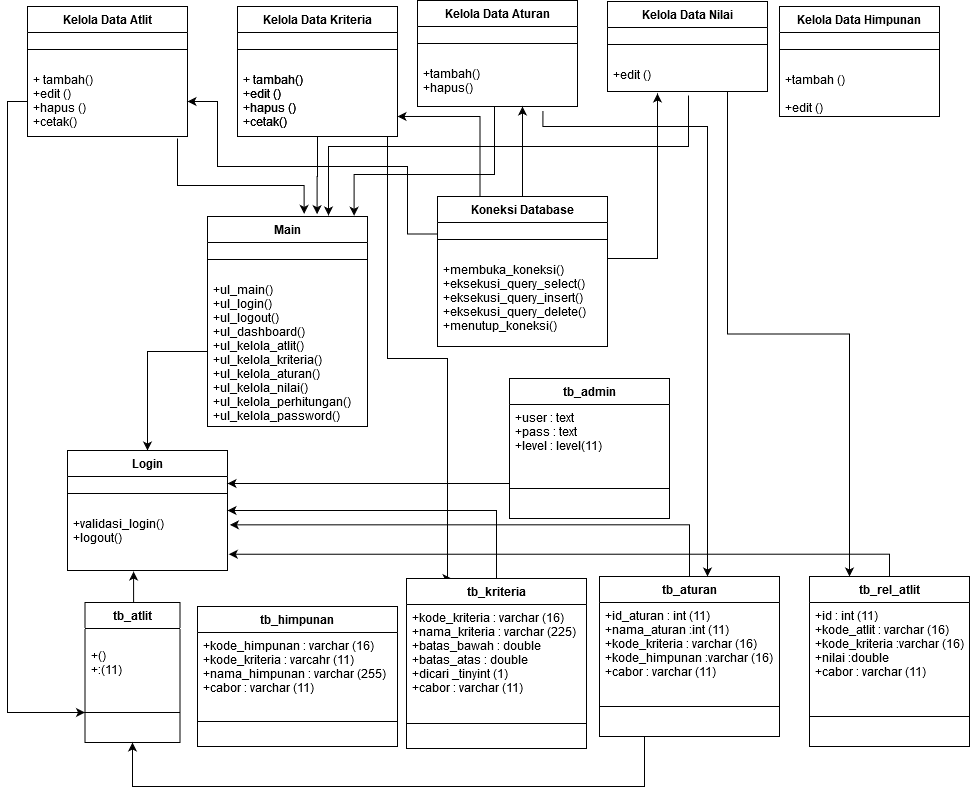
Before: Untitled Diagram.png, a diagram exported from draw.io (NuriCandrawati/nuri-resolusi). Source tidied: cells renumbered, new cells last; positions are measured from the earlier drawing's top-left corner, leaving out a move shared by most shapes.
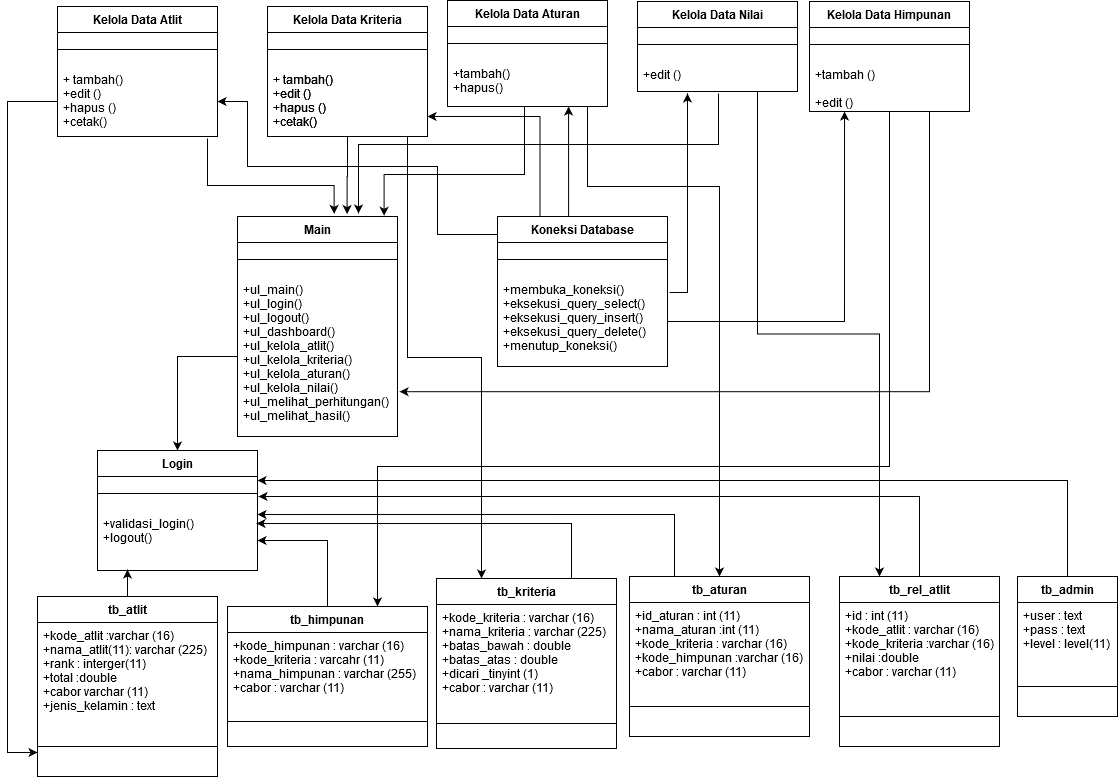
After the change.

Change to the diagram source:
```diff
@@ -17,9 +17,9 @@
     <mxCell id="6" style="edgeStyle=orthogonalEdgeStyle;rounded=0;jettySize=auto;html=1;exitX=0.75;exitY=1;exitDx=0;exitDy=0;entryX=0.25;entryY=0;entryDx=0;entryDy=0;" parent="1" edge="1" source="7" target="43">
       <mxGeometry relative="1" as="geometry">
         <Array as="points">
-          <mxPoint x="360" y="136" />
-          <mxPoint x="360" y="358" />
-          <mxPoint x="420" y="358" />
+          <mxPoint x="350" y="136" />
+          <mxPoint x="350" y="357" />
+          <mxPoint x="424" y="357" />
         </Array>
       </mxGeometry>
     </mxCell>
@@ -34,11 +34,11 @@
     </mxCell>
     <mxCell id="10" style="edgeStyle=orthogonalEdgeStyle;rounded=0;orthogonalLoop=1;jettySize=auto;html=1;exitX=0.5;exitY=1;exitDx=0;exitDy=0;entryX=0.75;entryY=0;entryDx=0;entryDy=0;" parent="1" edge="1">
       <mxGeometry relative="1" as="geometry">
-        <mxPoint x="661" y="95" as="sourcePoint" />
-        <mxPoint x="301" y="215" as="targetPoint" />
+        <mxPoint x="661" y="93" as="sourcePoint" />
+        <mxPoint x="301" y="213" as="targetPoint" />
         <Array as="points">
-          <mxPoint x="661" y="146" />
-          <mxPoint x="301" y="146" />
+          <mxPoint x="661" y="144" />
+          <mxPoint x="301" y="144" />
         </Array>
       </mxGeometry>
     </mxCell>
@@ -74,39 +74,38 @@
       </mxGeometry>
     </mxCell>
     <mxCell id="17" value="Main" style="swimlane;fontStyle=1;align=center;verticalAlign=top;horizontal=1;startSize=26;" parent="1" vertex="1">
-      <mxGeometry x="180" y="216" width="160" height="210" as="geometry" />
+      <mxGeometry x="180" y="216" width="160" height="220" as="geometry" />
     </mxCell>
     <mxCell id="18" style="line;strokeWidth=1;fillColor=none;align=left;verticalAlign=middle;spacingTop=-1;spacingLeft=3;spacingRight=3;labelPosition=right;" parent="17" vertex="1">
       <mxGeometry y="26" width="160" height="34" as="geometry" />
     </mxCell>
-    <mxCell id="19" value="+ul_main()&#10;+ul_login()&#10;+ul_logout()&#10;+ul_dashboard()&#10;+ul_kelola_atlit()&#10;+ul_kelola_kriteria()&#10;+ul_kelola_aturan()&#10;+ul_kelola_nilai()&#10;+ul_kelola_perhitungan()&#10;+ul_kelola_password()&#10;" style="text;strokeColor=none;fillColor=none;align=left;verticalAlign=top;spacingLeft=4;spacingRight=4;overflow=hidden;points=[[0,0.5],[1,0.5]];portConstraint=eastwest;" parent="17" vertex="1">
-      <mxGeometry y="60" width="160" height="150" as="geometry" />
+    <mxCell id="19" value="+ul_main()&#10;+ul_login()&#10;+ul_logout()&#10;+ul_dashboard()&#10;+ul_kelola_atlit()&#10;+ul_kelola_kriteria()&#10;+ul_kelola_aturan()&#10;+ul_kelola_nilai()&#10;+ul_melihat_perhitungan()&#10;+ul_melihat_hasil()&#10;" style="text;strokeColor=none;fillColor=none;align=left;verticalAlign=top;spacingLeft=4;spacingRight=4;overflow=hidden;points=[[0,0.5],[1,0.5]];portConstraint=eastwest;" parent="17" vertex="1">
+      <mxGeometry y="60" width="160" height="160" as="geometry" />
     </mxCell>
     <mxCell id="20" style="edgeStyle=orthogonalEdgeStyle;rounded=0;jettySize=auto;html=1;exitX=0;exitY=0.5;exitDx=0;exitDy=0;entryX=0.5;entryY=0;entryDx=0;entryDy=0;" parent="1" edge="1" source="19" target="50">
       <mxGeometry relative="1" as="geometry" />
     </mxCell>
     <mxCell id="21" style="edgeStyle=orthogonalEdgeStyle;rounded=0;jettySize=auto;html=1;exitX=0;exitY=0.5;exitDx=0;exitDy=0;" parent="1" edge="1" source="65" target="59">
-      <mxGeometry relative="1" as="geometry" />
+      <mxGeometry relative="1" as="geometry">
+        <Array as="points">
+          <mxPoint x="-50" y="101" />
+          <mxPoint x="-50" y="752" />
+        </Array>
+      </mxGeometry>
     </mxCell>
-    <mxCell id="22" style="edgeStyle=orthogonalEdgeStyle;rounded=0;jettySize=auto;html=1;exitX=0.784;exitY=1.09;exitDx=0;exitDy=0;exitPerimeter=0;" parent="1" edge="1" source="62" target="35">
+    <mxCell id="22" style="edgeStyle=orthogonalEdgeStyle;rounded=0;jettySize=auto;html=1;" parent="1" edge="1" source="62" target="35">
       <mxGeometry relative="1" as="geometry">
         <Array as="points">
-          <mxPoint x="515" y="126" />
-          <mxPoint x="680" y="126" />
+          <mxPoint x="530" y="186" />
+          <mxPoint x="662" y="186" />
         </Array>
       </mxGeometry>
     </mxCell>
-    <mxCell id="23" style="edgeStyle=orthogonalEdgeStyle;rounded=0;orthogonalLoop=1;jettySize=auto;html=1;exitX=1;exitY=0.5;exitDx=0;exitDy=0;" parent="1" edge="1">
+    <mxCell id="23" style="edgeStyle=orthogonalEdgeStyle;rounded=0;jettySize=auto;html=1;exitX=1.012;exitY=0.178;exitDx=0;exitDy=0;exitPerimeter=0;" parent="1" edge="1" source="29">
       <mxGeometry relative="1" as="geometry">
-        <mxPoint x="580" y="258" as="sourcePoint" />
         <mxPoint x="630" y="93" as="targetPoint" />
       </mxGeometry>
     </mxCell>
-    <mxCell id="24" style="edgeStyle=orthogonalEdgeStyle;rounded=0;jettySize=auto;html=1;exitX=0.5;exitY=0;exitDx=0;exitDy=0;" parent="1" edge="1" source="27">
-      <mxGeometry relative="1" as="geometry">
-        <mxPoint x="495" y="106" as="targetPoint" />
-      </mxGeometry>
-    </mxCell>
     <mxCell id="25" style="edgeStyle=orthogonalEdgeStyle;rounded=0;jettySize=auto;html=1;exitX=0.25;exitY=0;exitDx=0;exitDy=0;entryX=1;entryY=0.714;entryDx=0;entryDy=0;entryPerimeter=0;" parent="1" edge="1" source="27" target="9">
       <mxGeometry relative="1" as="geometry" />
     </mxCell>
@@ -120,28 +119,22 @@
         </Array>
       </mxGeometry>
     </mxCell>
-    <mxCell id="27" value="Koneksi Database" style="swimlane;fontStyle=1;align=center;verticalAlign=top;horizontal=1;startSize=26;" parent="1" vertex="1">
-      <mxGeometry x="410" y="196" width="170" height="150" as="geometry" />
-    </mxCell>
-    <mxCell id="28" style="line;strokeWidth=1;fillColor=none;align=left;verticalAlign=middle;spacingTop=-1;spacingLeft=3;spacingRight=3;labelPosition=right;" parent="27" vertex="1">
-      <mxGeometry y="26" width="170" height="34" as="geometry" />
-    </mxCell>
-    <mxCell id="29" value="+membuka_koneksi()&#10;+eksekusi_query_select()&#10;+eksekusi_query_insert()&#10;+eksekusi_query_delete()&#10;+menutup_koneksi()&#10;" style="text;strokeColor=none;fillColor=none;align=left;verticalAlign=top;spacingLeft=4;spacingRight=4;overflow=hidden;points=[[0,0.5],[1,0.5]];portConstraint=eastwest;" parent="27" vertex="1">
-      <mxGeometry y="60" width="170" height="90" as="geometry" />
-    </mxCell>
-    <mxCell id="30" style="edgeStyle=orthogonalEdgeStyle;rounded=0;jettySize=auto;html=1;exitX=0.5;exitY=0;exitDx=0;exitDy=0;entryX=1.015;entryY=0.239;entryDx=0;entryDy=0;entryPerimeter=0;" parent="1" edge="1" source="35" target="52">
+    <mxCell id="30" style="edgeStyle=orthogonalEdgeStyle;rounded=0;jettySize=auto;html=1;exitX=0.25;exitY=0;exitDx=0;exitDy=0;entryX=1;entryY=0.067;entryDx=0;entryDy=0;entryPerimeter=0;" parent="1" edge="1" source="35" target="52">
       <mxGeometry relative="1" as="geometry" />
     </mxCell>
-    <mxCell id="31" style="edgeStyle=orthogonalEdgeStyle;rounded=0;jettySize=auto;html=1;exitX=0.25;exitY=1;exitDx=0;exitDy=0;entryX=0.5;entryY=1;entryDx=0;entryDy=0;" parent="1" edge="1" source="35" target="57">
-      <mxGeometry relative="1" as="geometry">
-        <Array as="points">
-          <mxPoint x="617" y="786" />
-          <mxPoint x="105" y="786" />
-        </Array>
-      </mxGeometry>
-    </mxCell>
+    <mxCell id="66" style="edgeStyle=orthogonalEdgeStyle;rounded=0;jettySize=auto;html=1;exitX=0.5;exitY=1;exitDx=0;exitDy=0;entryX=0.75;entryY=0;entryDx=0;entryDy=0;" parent="1" edge="1" source="32" target="53">
+      <mxGeometry relative="1" as="geometry">
+        <Array as="points">
+          <mxPoint x="832" y="466" />
+          <mxPoint x="320" y="466" />
+        </Array>
+      </mxGeometry>
+    </mxCell>
+    <mxCell id="67" style="edgeStyle=orthogonalEdgeStyle;rounded=0;jettySize=auto;html=1;exitX=0.75;exitY=1;exitDx=0;exitDy=0;entryX=1.013;entryY=0.72;entryDx=0;entryDy=0;entryPerimeter=0;" parent="1" edge="1" source="32" target="19">
+      <mxGeometry relative="1" as="geometry" />
+    </mxCell>
     <mxCell id="32" value="Kelola Data Himpunan" style="swimlane;fontStyle=1;align=center;verticalAlign=top;horizontal=1;startSize=26;" parent="1" vertex="1">
-      <mxGeometry x="752" y="6" width="160" height="110" as="geometry" />
+      <mxGeometry x="752" y="1" width="160" height="110" as="geometry" />
     </mxCell>
     <mxCell id="33" style="line;strokeWidth=1;fillColor=none;align=left;verticalAlign=middle;spacingTop=-1;spacingLeft=3;spacingRight=3;labelPosition=right;" parent="32" vertex="1">
       <mxGeometry y="26" width="160" height="34" as="geometry" />
@@ -158,8 +151,14 @@
     <mxCell id="37" style="line;strokeWidth=1;fillColor=none;align=left;verticalAlign=middle;spacingTop=-1;spacingLeft=3;spacingRight=3;labelPosition=right;" parent="35" vertex="1">
       <mxGeometry y="100" width="180" height="60" as="geometry" />
     </mxCell>
-    <mxCell id="38" style="edgeStyle=orthogonalEdgeStyle;rounded=0;jettySize=auto;html=1;exitX=0.5;exitY=0;exitDx=0;exitDy=0;entryX=1.008;entryY=0.729;entryDx=0;entryDy=0;entryPerimeter=0;" parent="1" edge="1" source="39" target="52">
-      <mxGeometry relative="1" as="geometry" />
+    <mxCell id="38" style="edgeStyle=orthogonalEdgeStyle;rounded=0;jettySize=auto;html=1;exitX=0.5;exitY=0;exitDx=0;exitDy=0;" parent="1" edge="1" source="39">
+      <mxGeometry relative="1" as="geometry">
+        <mxPoint x="201" y="496" as="targetPoint" />
+        <Array as="points">
+          <mxPoint x="862" y="496" />
+          <mxPoint x="201" y="496" />
+        </Array>
+      </mxGeometry>
     </mxCell>
     <mxCell id="39" value="tb_rel_atlit" style="swimlane;fontStyle=1;align=center;verticalAlign=top;horizontal=1;startSize=26;" parent="1" vertex="1">
       <mxGeometry x="782" y="576" width="160" height="170" as="geometry" />
@@ -170,9 +169,9 @@
     <mxCell id="41" style="line;strokeWidth=1;fillColor=none;align=left;verticalAlign=middle;spacingTop=-1;spacingLeft=3;spacingRight=3;labelPosition=right;" parent="39" vertex="1">
       <mxGeometry y="110" width="160" height="60" as="geometry" />
     </mxCell>
-    <mxCell id="42" style="edgeStyle=orthogonalEdgeStyle;rounded=0;jettySize=auto;html=1;exitX=0.5;exitY=0;exitDx=0;exitDy=0;entryX=1;entryY=0.5;entryDx=0;entryDy=0;" parent="1" edge="1" source="43" target="50">
-      <mxGeometry relative="1" as="geometry" />
-    </mxCell>
+    <mxCell id="68" style="edgeStyle=orthogonalEdgeStyle;rounded=0;jettySize=auto;html=1;exitX=0.75;exitY=0;exitDx=0;exitDy=0;entryX=0.994;entryY=0.217;entryDx=0;entryDy=0;entryPerimeter=0;" parent="1" edge="1" source="43" target="52">
+      <mxGeometry relative="1" as="geometry" />
+    </mxCell>
     <mxCell id="43" value="tb_kriteria" style="swimlane;fontStyle=1;align=center;verticalAlign=top;horizontal=1;startSize=26;" parent="1" vertex="1">
       <mxGeometry x="379" y="578" width="180" height="170" as="geometry" />
     </mxCell>
@@ -182,23 +181,6 @@
     <mxCell id="45" style="line;strokeWidth=1;fillColor=none;align=left;verticalAlign=middle;spacingTop=-1;spacingLeft=3;spacingRight=3;labelPosition=right;" parent="43" vertex="1">
       <mxGeometry y="120" width="180" height="50" as="geometry" />
     </mxCell>
-    <mxCell id="46" style="edgeStyle=orthogonalEdgeStyle;rounded=0;jettySize=auto;html=1;exitX=0;exitY=0.75;exitDx=0;exitDy=0;" parent="1" edge="1" source="47" target="51">
-      <mxGeometry relative="1" as="geometry">
-        <Array as="points">
-          <mxPoint x="330" y="483" />
-          <mxPoint x="330" y="483" />
-        </Array>
-      </mxGeometry>
-    </mxCell>
-    <mxCell id="47" value="tb_admin" style="swimlane;fontStyle=1;align=center;verticalAlign=top;horizontal=1;startSize=26;" parent="1" vertex="1">
-      <mxGeometry x="482" y="378" width="160" height="140" as="geometry" />
-    </mxCell>
-    <mxCell id="48" value="+user : text&#10;+pass : text&#10;+level : level(11)&#10;" style="text;strokeColor=none;fillColor=none;align=left;verticalAlign=top;spacingLeft=4;spacingRight=4;overflow=hidden;" parent="47" vertex="1">
-      <mxGeometry y="26" width="160" height="54" as="geometry" />
-    </mxCell>
-    <mxCell id="49" style="line;strokeWidth=1;fillColor=none;align=left;verticalAlign=middle;spacingTop=-1;spacingLeft=3;spacingRight=3;labelPosition=right;" parent="47" vertex="1">
-      <mxGeometry y="80" width="160" height="60" as="geometry" />
-    </mxCell>
     <mxCell id="50" value="Login" style="swimlane;fontStyle=1;align=center;verticalAlign=top;horizontal=1;startSize=26;" parent="1" vertex="1">
       <mxGeometry x="40" y="450" width="160" height="120" as="geometry" />
     </mxCell>
@@ -208,6 +190,9 @@
     <mxCell id="52" value="+validasi_login()&#10;+logout()&#10;" style="text;strokeColor=none;fillColor=none;align=left;verticalAlign=top;spacingLeft=4;spacingRight=4;overflow=hidden;points=[[0,0.5],[1,0.5]];portConstraint=eastwest;" parent="50" vertex="1">
       <mxGeometry y="60" width="160" height="60" as="geometry" />
     </mxCell>
+    <mxCell id="69" style="edgeStyle=orthogonalEdgeStyle;rounded=0;jettySize=auto;html=1;exitX=0.5;exitY=0;exitDx=0;exitDy=0;entryX=1;entryY=0.5;entryDx=0;entryDy=0;" parent="1" edge="1" source="53" target="52">
+      <mxGeometry relative="1" as="geometry" />
+    </mxCell>
     <mxCell id="53" value="tb_himpunan" style="swimlane;fontStyle=1;align=center;verticalAlign=top;horizontal=1;startSize=26;" parent="1" vertex="1">
       <mxGeometry x="170" y="606" width="200" height="140" as="geometry" />
     </mxCell>
@@ -217,17 +202,20 @@
     <mxCell id="55" style="line;strokeWidth=1;fillColor=none;align=left;verticalAlign=middle;spacingTop=-1;spacingLeft=3;spacingRight=3;labelPosition=right;" parent="53" vertex="1">
       <mxGeometry y="90" width="200" height="50" as="geometry" />
     </mxCell>
-    <mxCell id="56" style="edgeStyle=orthogonalEdgeStyle;rounded=0;jettySize=auto;html=1;exitX=0.5;exitY=0;exitDx=0;exitDy=0;entryX=0.413;entryY=1.017;entryDx=0;entryDy=0;entryPerimeter=0;" parent="1" edge="1" source="57" target="52">
-      <mxGeometry relative="1" as="geometry" />
-    </mxCell>
+    <mxCell id="70" style="edgeStyle=orthogonalEdgeStyle;rounded=0;orthogonalLoop=1;jettySize=auto;html=1;exitX=0.5;exitY=0;exitDx=0;exitDy=0;" parent="1" edge="1">
+      <mxGeometry relative="1" as="geometry">
+        <mxPoint x="70" y="599" as="sourcePoint" />
+        <mxPoint x="70" y="569" as="targetPoint" />
+      </mxGeometry>
+    </mxCell>
     <mxCell id="57" value="tb_atlit" style="swimlane;fontStyle=1;align=center;verticalAlign=top;horizontal=1;startSize=26;" parent="1" vertex="1">
-      <mxGeometry x="57.5" y="602" width="95" height="140" as="geometry" />
+      <mxGeometry x="-20" y="596" width="180" height="180" as="geometry" />
     </mxCell>
-    <mxCell id="58" value="&#10;+()&#10;+:(11)&#10;&#10;&#10;" style="text;strokeColor=none;fillColor=none;align=left;verticalAlign=top;spacingLeft=4;spacingRight=4;overflow=hidden;" parent="57" vertex="1">
-      <mxGeometry y="26" width="95" height="54" as="geometry" />
+    <mxCell id="58" value="+kode_atlit :varchar (16)&#10;+nama_atlit(11): varchar (225)&#10;+rank : interger(11)&#10;+total :double &#10;+cabor varchar (11)&#10;+jenis_kelamin : text&#10;&#10;&#10;&#10;" style="text;strokeColor=none;fillColor=none;align=left;verticalAlign=top;spacingLeft=4;spacingRight=4;overflow=hidden;" parent="57" vertex="1">
+      <mxGeometry y="26" width="180" height="94" as="geometry" />
     </mxCell>
     <mxCell id="59" style="line;strokeWidth=1;fillColor=none;align=left;verticalAlign=middle;spacingTop=-1;spacingLeft=3;spacingRight=3;labelPosition=right;points=[];portConstraint=eastwest;" parent="57" vertex="1">
-      <mxGeometry y="80" width="95" height="60" as="geometry" />
+      <mxGeometry y="120" width="180" height="60" as="geometry" />
     </mxCell>
     <mxCell id="60" value="Kelola Data Aturan" style="swimlane;fontStyle=1;align=center;verticalAlign=top;horizontal=1;startSize=26;" parent="1" vertex="1">
       <mxGeometry x="390" width="160" height="106" as="geometry" />
@@ -247,5 +235,38 @@
     <mxCell id="65" value="+ tambah()&#10;+edit ()&#10;+hapus ()&#10;+cetak()&#10;&#10; " style="text;strokeColor=none;fillColor=none;align=left;verticalAlign=top;spacingLeft=4;spacingRight=4;overflow=hidden;points=[[0,0.5],[1,0.5]];portConstraint=eastwest;" parent="63" vertex="1">
       <mxGeometry y="60" width="160" height="70" as="geometry" />
     </mxCell>
+    <mxCell id="71" style="edgeStyle=orthogonalEdgeStyle;rounded=0;jettySize=auto;html=1;exitX=0.5;exitY=0;exitDx=0;exitDy=0;entryX=1;entryY=0.25;entryDx=0;entryDy=0;" parent="1" edge="1" source="47" target="50">
+      <mxGeometry relative="1" as="geometry" />
+    </mxCell>
+    <mxCell id="47" value="tb_admin" style="swimlane;fontStyle=1;align=center;verticalAlign=top;horizontal=1;startSize=26;" parent="1" vertex="1">
+      <mxGeometry x="960" y="576" width="100" height="140" as="geometry" />
+    </mxCell>
+    <mxCell id="48" value="+user : text&#10;+pass : text&#10;+level : level(11)&#10;" style="text;strokeColor=none;fillColor=none;align=left;verticalAlign=top;spacingLeft=4;spacingRight=4;overflow=hidden;" parent="47" vertex="1">
+      <mxGeometry y="26" width="100" height="54" as="geometry" />
+    </mxCell>
+    <mxCell id="49" style="line;strokeWidth=1;fillColor=none;align=left;verticalAlign=middle;spacingTop=-1;spacingLeft=3;spacingRight=3;labelPosition=right;" parent="47" vertex="1">
+      <mxGeometry y="80" width="100" height="60" as="geometry" />
+    </mxCell>
+    <mxCell id="72" style="edgeStyle=orthogonalEdgeStyle;rounded=0;orthogonalLoop=1;jettySize=auto;html=1;exitX=0.5;exitY=0;exitDx=0;exitDy=0;entryX=0.863;entryY=1;entryDx=0;entryDy=0;entryPerimeter=0;" parent="1" edge="1">
+      <mxGeometry relative="1" as="geometry">
+        <mxPoint x="508" y="216" as="sourcePoint" />
+        <mxPoint x="511.1" y="106" as="targetPoint" />
+        <Array as="points">
+          <mxPoint x="511" y="216" />
+        </Array>
+      </mxGeometry>
+    </mxCell>
+    <mxCell id="27" value="Koneksi Database" style="swimlane;fontStyle=1;align=center;verticalAlign=top;horizontal=1;startSize=26;" parent="1" vertex="1">
+      <mxGeometry x="440" y="216" width="170" height="150" as="geometry" />
+    </mxCell>
+    <mxCell id="28" style="line;strokeWidth=1;fillColor=none;align=left;verticalAlign=middle;spacingTop=-1;spacingLeft=3;spacingRight=3;labelPosition=right;" parent="27" vertex="1">
+      <mxGeometry y="26" width="170" height="34" as="geometry" />
+    </mxCell>
+    <mxCell id="29" value="+membuka_koneksi()&#10;+eksekusi_query_select()&#10;+eksekusi_query_insert()&#10;+eksekusi_query_delete()&#10;+menutup_koneksi()&#10;" style="text;strokeColor=none;fillColor=none;align=left;verticalAlign=top;spacingLeft=4;spacingRight=4;overflow=hidden;points=[[0,0.5],[1,0.5]];portConstraint=eastwest;" parent="27" vertex="1">
+      <mxGeometry y="60" width="170" height="90" as="geometry" />
+    </mxCell>
+    <mxCell id="73" style="edgeStyle=orthogonalEdgeStyle;rounded=0;jettySize=auto;html=1;exitX=1;exitY=0.5;exitDx=0;exitDy=0;entryX=0.219;entryY=1;entryDx=0;entryDy=0;entryPerimeter=0;" parent="1" edge="1" source="29" target="34">
+      <mxGeometry relative="1" as="geometry" />
+    </mxCell>
   </root>
 </mxGraphModel>
```
